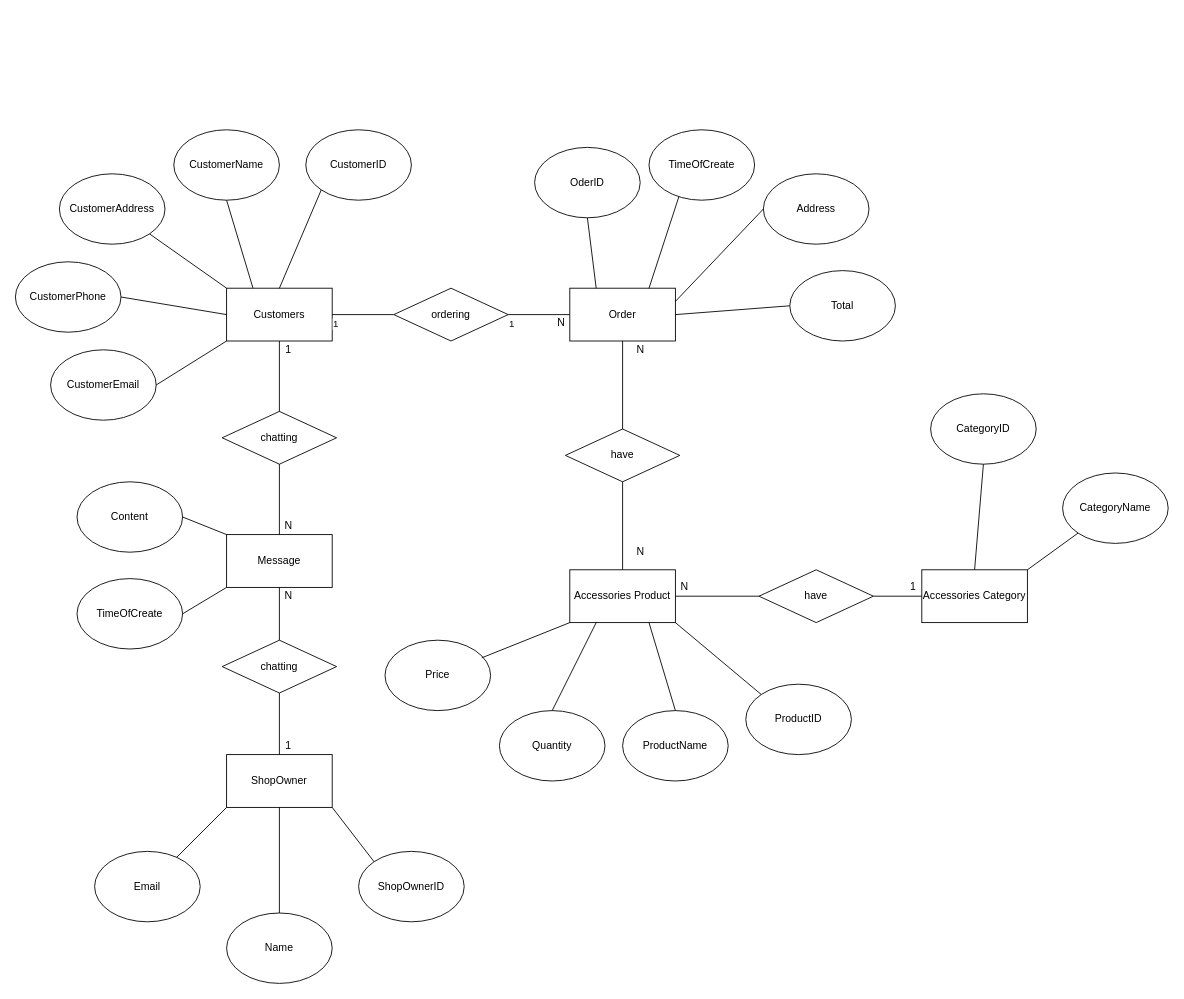
This is 02_ASM_SWE102/Untitled Diagram.drawio from caoquy2000/AsmSWE102-PTOnline-PhotographerOnline, a draw.io file, before an edit. Source tidied: cells renumbered, new cells numbered last; positions are measured from the earlier drawing's top-left corner, leaving out a move shared by most shapes. Both pictures are drawn from the tidied source at 88%, with x=0, y=0 at pixel (15, 129).
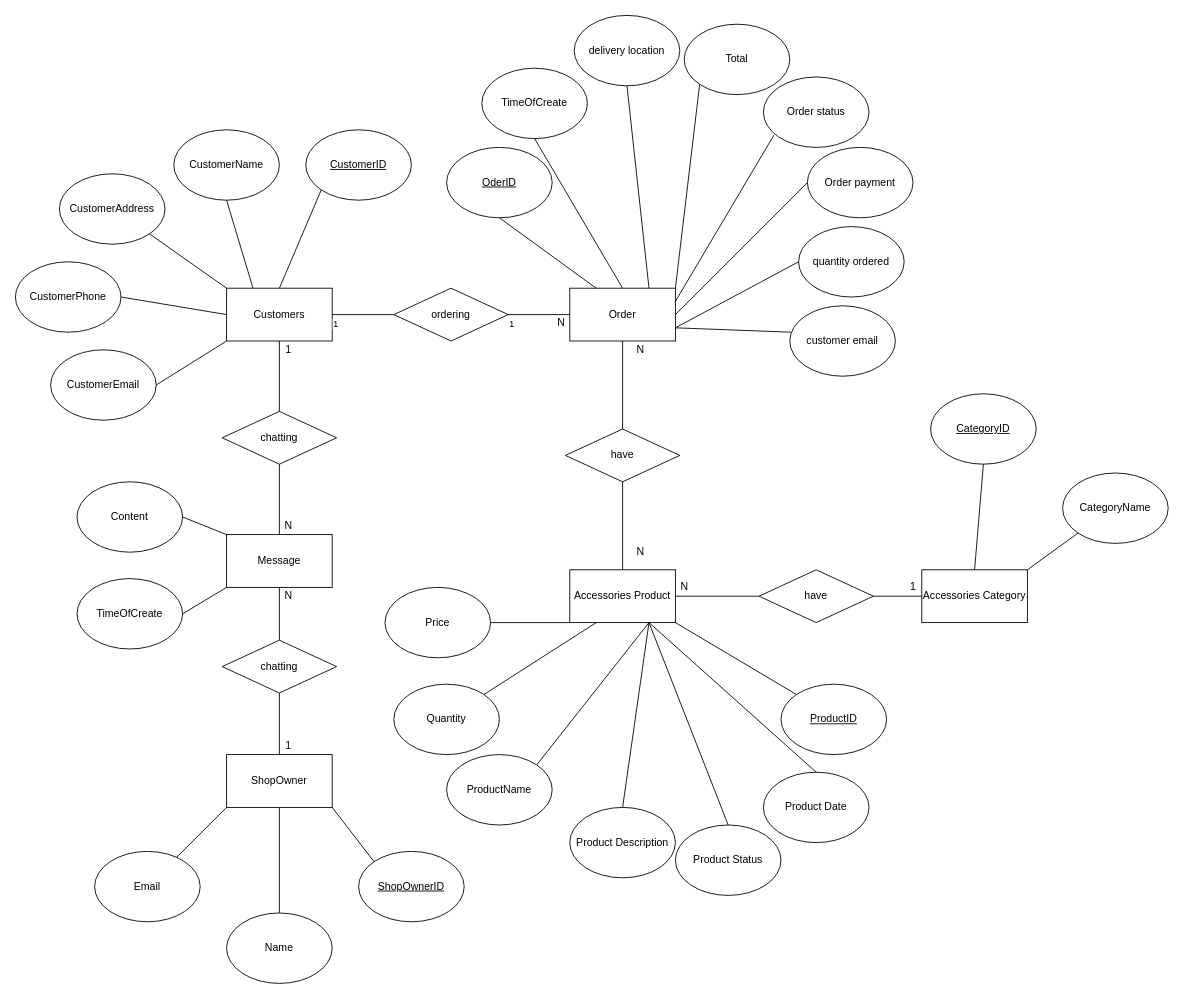
Above is the later version.

The change refers to these unchanged cells:
```xml
<mxCell id="2" value="Accessories Product" style="rounded=0;whiteSpace=wrap;html=1;" parent="1" vertex="1">
  <mxGeometry x="630" y="500" width="120" height="60" as="geometry" />
</mxCell>
<mxCell id="4" value="Order" style="rounded=0;whiteSpace=wrap;html=1;" parent="1" vertex="1">
  <mxGeometry x="630" y="180" width="120" height="60" as="geometry" />
</mxCell>
```

Change to the diagram source:
```diff
@@
-    <mxCell id="23" value="ShopOwnerID" style="ellipse;whiteSpace=wrap;html=1;" parent="1" vertex="1">
+    <mxCell id="23" value="&lt;u&gt;ShopOwnerID&lt;/u&gt;" style="ellipse;whiteSpace=wrap;html=1;" parent="1" vertex="1">
       <mxGeometry x="390" y="820" width="120" height="80" as="geometry" />
     </mxCell>
@@
-    <mxCell id="28" value="CustomerID" style="ellipse;whiteSpace=wrap;html=1;" parent="1" vertex="1">
+    <mxCell id="28" value="&lt;u&gt;CustomerID&lt;/u&gt;" style="ellipse;whiteSpace=wrap;html=1;" parent="1" vertex="1">
       <mxGeometry x="330" width="120" height="80" as="geometry" />
     </mxCell>
@@
-    <mxCell id="33" value="OderID" style="ellipse;whiteSpace=wrap;html=1;" parent="1" vertex="1">
-      <mxGeometry x="590" y="20" width="120" height="80" as="geometry" />
+    <mxCell id="33" value="&lt;u&gt;OderID&lt;/u&gt;" style="ellipse;whiteSpace=wrap;html=1;" parent="1" vertex="1">
+      <mxGeometry x="490" y="20" width="120" height="80" as="geometry" />
     </mxCell>
     <mxCell id="34" value="TimeOfCreate" style="ellipse;whiteSpace=wrap;html=1;" parent="1" vertex="1">
-      <mxGeometry x="720" width="120" height="80" as="geometry" />
+      <mxGeometry x="530" y="-70" width="120" height="80" as="geometry" />
     </mxCell>
-    <mxCell id="35" value="ProductID" style="ellipse;whiteSpace=wrap;html=1;" parent="1" vertex="1">
-      <mxGeometry x="830" y="630" width="120" height="80" as="geometry" />
+    <mxCell id="35" value="&lt;u&gt;ProductID&lt;/u&gt;" style="ellipse;whiteSpace=wrap;html=1;" parent="1" vertex="1">
+      <mxGeometry x="870" y="630" width="120" height="80" as="geometry" />
     </mxCell>
     <mxCell id="36" value="ProductName" style="ellipse;whiteSpace=wrap;html=1;" parent="1" vertex="1">
-      <mxGeometry x="690" y="660" width="120" height="80" as="geometry" />
+      <mxGeometry x="490" y="710" width="120" height="80" as="geometry" />
     </mxCell>
     <mxCell id="37" value="Quantity" style="ellipse;whiteSpace=wrap;html=1;" parent="1" vertex="1">
-      <mxGeometry x="550" y="660" width="120" height="80" as="geometry" />
+      <mxGeometry x="430" y="630" width="120" height="80" as="geometry" />
     </mxCell>
     <mxCell id="38" value="Price" style="ellipse;whiteSpace=wrap;html=1;" parent="1" vertex="1">
-      <mxGeometry x="420" y="580" width="120" height="80" as="geometry" />
+      <mxGeometry x="420" y="520" width="120" height="80" as="geometry" />
     </mxCell>
-    <mxCell id="39" value="CategoryID" style="ellipse;whiteSpace=wrap;html=1;" parent="1" vertex="1">
+    <mxCell id="39" value="&lt;u&gt;CategoryID&lt;/u&gt;" style="ellipse;whiteSpace=wrap;html=1;" parent="1" vertex="1">
       <mxGeometry x="1040" y="300" width="120" height="80" as="geometry" />
     </mxCell>
@@
-    <mxCell id="44" style="endArrow=none;html=1;entryX=0.75;entryY=1;entryDx=0;entryDy=0;exitX=0.5;exitY=0;exitDx=0;exitDy=0;" parent="1" edge="1" source="36" target="2">
+    <mxCell id="44" style="endArrow=none;html=1;entryX=0.75;entryY=1;entryDx=0;entryDy=0;exitX=1;exitY=0;exitDx=0;exitDy=0;" parent="1" edge="1" source="36" target="2">
       <mxGeometry relative="1" as="geometry" />
     </mxCell>
-    <mxCell id="45" style="endArrow=none;html=1;entryX=0.25;entryY=1;entryDx=0;entryDy=0;exitX=0.5;exitY=0;exitDx=0;exitDy=0;" parent="1" edge="1" source="37" target="2">
+    <mxCell id="45" style="endArrow=none;html=1;entryX=0.25;entryY=1;entryDx=0;entryDy=0;exitX=1;exitY=0;exitDx=0;exitDy=0;" parent="1" edge="1" source="37" target="2">
       <mxGeometry relative="1" as="geometry" />
     </mxCell>
-    <mxCell id="46" style="endArrow=none;html=1;entryX=0;entryY=1;entryDx=0;entryDy=0;" parent="1" edge="1" target="2">
-      <mxGeometry relative="1" as="geometry">
-        <mxPoint x="530" y="600" as="sourcePoint" />
-      </mxGeometry>
+    <mxCell id="46" style="endArrow=none;html=1;entryX=0;entryY=1;entryDx=0;entryDy=0;exitX=1;exitY=0.5;exitDx=0;exitDy=0;" parent="1" edge="1" source="38" target="2">
+      <mxGeometry relative="1" as="geometry" />
     </mxCell>
@@
-    <mxCell id="48" style="endArrow=none;html=1;entryX=0.283;entryY=0.95;entryDx=0;entryDy=0;entryPerimeter=0;exitX=0.75;exitY=0;exitDx=0;exitDy=0;" parent="1" edge="1" source="4" target="34">
+    <mxCell id="48" style="endArrow=none;html=1;entryX=0.5;entryY=1;entryDx=0;entryDy=0;exitX=0.5;exitY=0;exitDx=0;exitDy=0;" parent="1" edge="1" source="4" target="34">
       <mxGeometry relative="1" as="geometry" />
     </mxCell>
-    <mxCell id="49" value="Address" style="ellipse;whiteSpace=wrap;html=1;" parent="1" vertex="1">
-      <mxGeometry x="850" y="50" width="120" height="80" as="geometry" />
+    <mxCell id="49" value="delivery location" style="ellipse;whiteSpace=wrap;html=1;" parent="1" vertex="1">
+      <mxGeometry x="635" y="-130" width="120" height="80" as="geometry" />
     </mxCell>
-    <mxCell id="50" style="endArrow=none;html=1;exitX=1;exitY=0.25;exitDx=0;exitDy=0;entryX=0;entryY=0.5;entryDx=0;entryDy=0;" parent="1" edge="1" source="4" target="49">
+    <mxCell id="50" style="endArrow=none;html=1;exitX=0.75;exitY=0;exitDx=0;exitDy=0;entryX=0.5;entryY=1;entryDx=0;entryDy=0;" parent="1" edge="1" source="4" target="49">
       <mxGeometry relative="1" as="geometry" />
     </mxCell>
     <mxCell id="51" value="Total" style="ellipse;whiteSpace=wrap;html=1;" parent="1" vertex="1">
-      <mxGeometry x="880" y="160" width="120" height="80" as="geometry" />
+      <mxGeometry x="760" y="-120" width="120" height="80" as="geometry" />
     </mxCell>
-    <mxCell id="52" style="endArrow=none;html=1;exitX=1;exitY=0.5;exitDx=0;exitDy=0;entryX=0;entryY=0.5;entryDx=0;entryDy=0;" parent="1" edge="1" source="4" target="51">
+    <mxCell id="52" style="endArrow=none;html=1;exitX=1;exitY=0;exitDx=0;exitDy=0;entryX=0;entryY=1;entryDx=0;entryDy=0;" parent="1" edge="1" source="4" target="51">
       <mxGeometry relative="1" as="geometry" />
     </mxCell>
@@
+    <mxCell id="72" value="Product Date" style="ellipse;whiteSpace=wrap;html=1;" parent="1" vertex="1">
+      <mxGeometry x="850" y="730" width="120" height="80" as="geometry" />
+    </mxCell>
+    <mxCell id="73" style="endArrow=none;html=1;exitX=0.5;exitY=0;exitDx=0;exitDy=0;entryX=0.75;entryY=1;entryDx=0;entryDy=0;" parent="1" edge="1" source="72" target="2">
+      <mxGeometry relative="1" as="geometry" />
+    </mxCell>
+    <mxCell id="74" value="Product Description" style="ellipse;whiteSpace=wrap;html=1;" parent="1" vertex="1">
+      <mxGeometry x="630" y="770" width="120" height="80" as="geometry" />
+    </mxCell>
+    <mxCell id="75" style="endArrow=none;html=1;exitX=0.5;exitY=0;exitDx=0;exitDy=0;" parent="1" edge="1" source="74">
+      <mxGeometry relative="1" as="geometry">
+        <mxPoint x="720" y="560" as="targetPoint" />
+      </mxGeometry>
+    </mxCell>
+    <mxCell id="76" value="Product Status" style="ellipse;whiteSpace=wrap;html=1;" parent="1" vertex="1">
+      <mxGeometry x="750" y="790" width="120" height="80" as="geometry" />
+    </mxCell>
+    <mxCell id="77" style="endArrow=none;html=1;exitX=0.5;exitY=0;exitDx=0;exitDy=0;" parent="1" edge="1" source="76">
+      <mxGeometry relative="1" as="geometry">
+        <mxPoint x="720" y="560" as="targetPoint" />
+      </mxGeometry>
+    </mxCell>
+    <mxCell id="78" value="Order status" style="ellipse;whiteSpace=wrap;html=1;" parent="1" vertex="1">
+      <mxGeometry x="850" y="-60" width="120" height="80" as="geometry" />
+    </mxCell>
+    <mxCell id="79" style="endArrow=none;html=1;exitX=1;exitY=0.25;exitDx=0;exitDy=0;entryX=0.1;entryY=0.825;entryDx=0;entryDy=0;entryPerimeter=0;" parent="1" edge="1" source="4" target="78">
+      <mxGeometry relative="1" as="geometry" />
+    </mxCell>
+    <mxCell id="80" value="Order payment" style="ellipse;whiteSpace=wrap;html=1;" parent="1" vertex="1">
+      <mxGeometry x="900" y="20" width="120" height="80" as="geometry" />
+    </mxCell>
+    <mxCell id="81" style="endArrow=none;html=1;exitX=1;exitY=0.5;exitDx=0;exitDy=0;entryX=0;entryY=0.5;entryDx=0;entryDy=0;" parent="1" edge="1" source="4" target="80">
+      <mxGeometry relative="1" as="geometry" />
+    </mxCell>
+    <mxCell id="82" value="quantity ordered" style="ellipse;whiteSpace=wrap;html=1;" parent="1" vertex="1">
+      <mxGeometry x="890" y="110" width="120" height="80" as="geometry" />
+    </mxCell>
+    <mxCell id="83" style="endArrow=none;html=1;exitX=1;exitY=0.75;exitDx=0;exitDy=0;entryX=0;entryY=0.5;entryDx=0;entryDy=0;" parent="1" edge="1" source="4" target="82">
+      <mxGeometry relative="1" as="geometry" />
+    </mxCell>
+    <mxCell id="84" value="customer email" style="ellipse;whiteSpace=wrap;html=1;" parent="1" vertex="1">
+      <mxGeometry x="880" y="200" width="120" height="80" as="geometry" />
+    </mxCell>
+    <mxCell id="85" style="endArrow=none;html=1;exitX=1;exitY=0.75;exitDx=0;exitDy=0;entryX=0.008;entryY=0.375;entryDx=0;entryDy=0;entryPerimeter=0;" parent="1" edge="1" source="4" target="84">
+      <mxGeometry relative="1" as="geometry" />
+    </mxCell>
```
